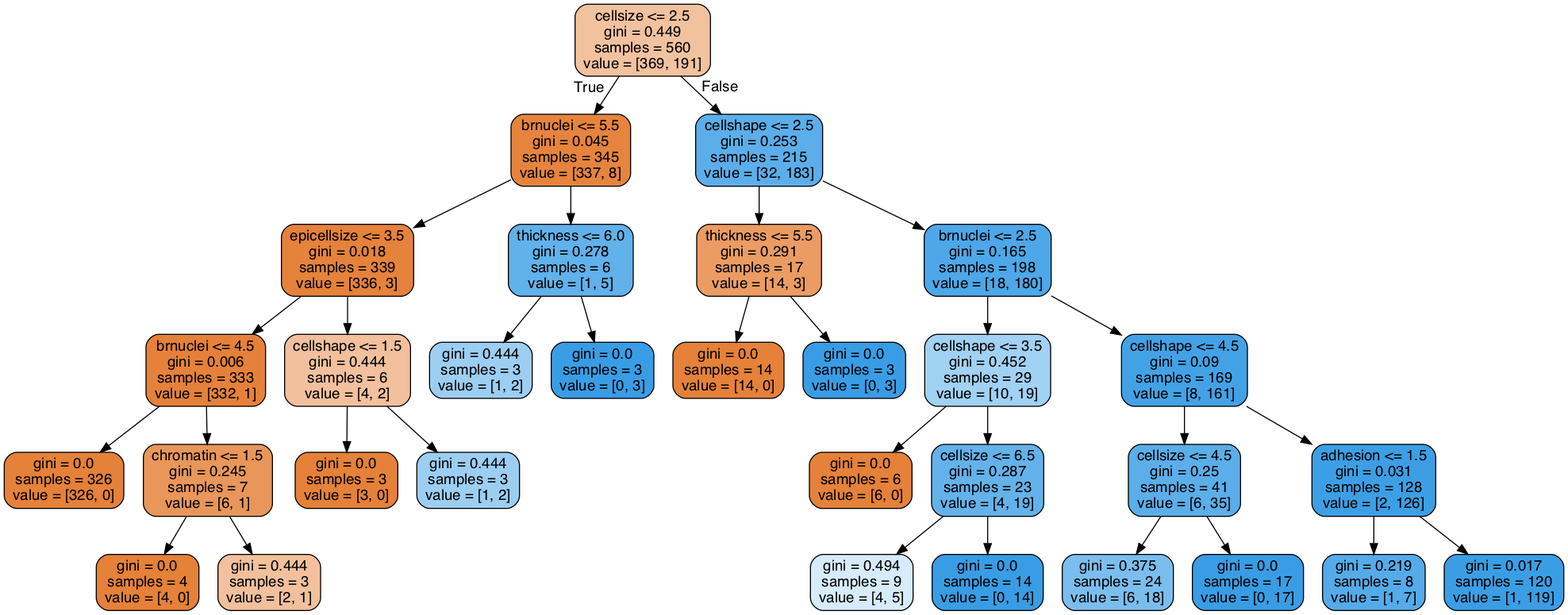
Above: DS_ml_techniques_3/bc_gini.png in ryanarbow/uw_data_science (Graphviz), before the change. Its source is kept beside it as DS_ml_techniques_3/bc_gini.dot.
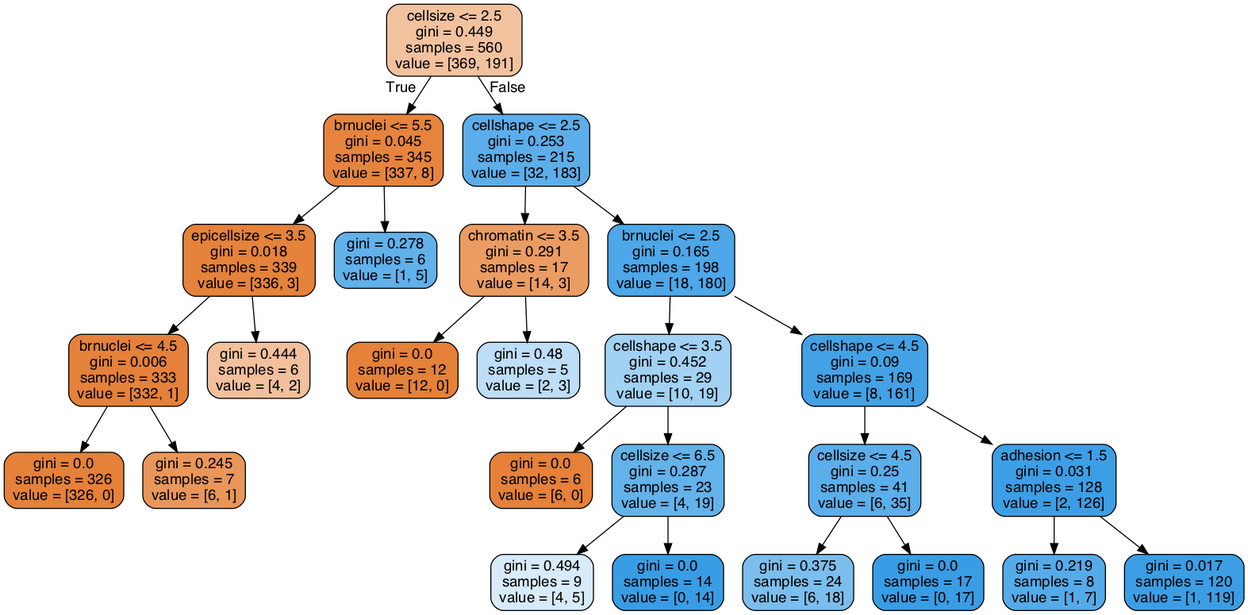
Above is the later version.

What changed in the source:
```diff
@@ -8,58 +8,46 @@
 1 -> 5 ;
 15 [label="brnuclei <= 4.5\ngini = 0.006\nsamples = 333\nvalue = [332, 1]", fillcolor="#e5813a"] ;
 5 -> 15 ;
-25 [label="gini = 0.0\nsamples = 326\nvalue = [326, 0]", fillcolor="#e58139"] ;
-15 -> 25 ;
-26 [label="chromatin <= 1.5\ngini = 0.245\nsamples = 7\nvalue = [6, 1]", fillcolor="#e9965a"] ;
-15 -> 26 ;
-27 [label="gini = 0.0\nsamples = 4\nvalue = [4, 0]", fillcolor="#e58139"] ;
-26 -> 27 ;
-28 [label="gini = 0.444\nsamples = 3\nvalue = [2, 1]", fillcolor="#f2c09c"] ;
-26 -> 28 ;
-16 [label="cellshape <= 1.5\ngini = 0.444\nsamples = 6\nvalue = [4, 2]", fillcolor="#f2c09c"] ;
+21 [label="gini = 0.0\nsamples = 326\nvalue = [326, 0]", fillcolor="#e58139"] ;
+15 -> 21 ;
+22 [label="gini = 0.245\nsamples = 7\nvalue = [6, 1]", fillcolor="#e9965a"] ;
+15 -> 22 ;
+16 [label="gini = 0.444\nsamples = 6\nvalue = [4, 2]", fillcolor="#f2c09c"] ;
 5 -> 16 ;
-17 [label="gini = 0.0\nsamples = 3\nvalue = [3, 0]", fillcolor="#e58139"] ;
-16 -> 17 ;
-18 [label="gini = 0.444\nsamples = 3\nvalue = [1, 2]", fillcolor="#9ccef2"] ;
-16 -> 18 ;
-6 [label="thickness <= 6.0\ngini = 0.278\nsamples = 6\nvalue = [1, 5]", fillcolor="#61b1ea"] ;
+6 [label="gini = 0.278\nsamples = 6\nvalue = [1, 5]", fillcolor="#61b1ea"] ;
 1 -> 6 ;
-23 [label="gini = 0.444\nsamples = 3\nvalue = [1, 2]", fillcolor="#9ccef2"] ;
-6 -> 23 ;
-24 [label="gini = 0.0\nsamples = 3\nvalue = [0, 3]", fillcolor="#399de5"] ;
-6 -> 24 ;
 2 [label="cellshape <= 2.5\ngini = 0.253\nsamples = 215\nvalue = [32, 183]", fillcolor="#5caeea"] ;
 0 -> 2 [labeldistance=2.5, labelangle=-45, headlabel="False"] ;
-3 [label="thickness <= 5.5\ngini = 0.291\nsamples = 17\nvalue = [14, 3]", fillcolor="#eb9c63"] ;
+3 [label="chromatin <= 3.5\ngini = 0.291\nsamples = 17\nvalue = [14, 3]", fillcolor="#eb9c63"] ;
 2 -> 3 ;
-7 [label="gini = 0.0\nsamples = 14\nvalue = [14, 0]", fillcolor="#e58139"] ;
-3 -> 7 ;
-8 [label="gini = 0.0\nsamples = 3\nvalue = [0, 3]", fillcolor="#399de5"] ;
-3 -> 8 ;
+11 [label="gini = 0.0\nsamples = 12\nvalue = [12, 0]", fillcolor="#e58139"] ;
+3 -> 11 ;
+12 [label="gini = 0.48\nsamples = 5\nvalue = [2, 3]", fillcolor="#bddef6"] ;
+3 -> 12 ;
 4 [label="brnuclei <= 2.5\ngini = 0.165\nsamples = 198\nvalue = [18, 180]", fillcolor="#4da7e8"] ;
 2 -> 4 ;
-9 [label="cellshape <= 3.5\ngini = 0.452\nsamples = 29\nvalue = [10, 19]", fillcolor="#a1d1f3"] ;
-4 -> 9 ;
-11 [label="gini = 0.0\nsamples = 6\nvalue = [6, 0]", fillcolor="#e58139"] ;
-9 -> 11 ;
-12 [label="cellsize <= 6.5\ngini = 0.287\nsamples = 23\nvalue = [4, 19]", fillcolor="#63b2ea"] ;
-9 -> 12 ;
+7 [label="cellshape <= 3.5\ngini = 0.452\nsamples = 29\nvalue = [10, 19]", fillcolor="#a1d1f3"] ;
+4 -> 7 ;
+9 [label="gini = 0.0\nsamples = 6\nvalue = [6, 0]", fillcolor="#e58139"] ;
+7 -> 9 ;
+10 [label="cellsize <= 6.5\ngini = 0.287\nsamples = 23\nvalue = [4, 19]", fillcolor="#63b2ea"] ;
+7 -> 10 ;
 13 [label="gini = 0.494\nsamples = 9\nvalue = [4, 5]", fillcolor="#d7ebfa"] ;
-12 -> 13 ;
+10 -> 13 ;
 14 [label="gini = 0.0\nsamples = 14\nvalue = [0, 14]", fillcolor="#399de5"] ;
-12 -> 14 ;
-10 [label="cellshape <= 4.5\ngini = 0.09\nsamples = 169\nvalue = [8, 161]", fillcolor="#43a2e6"] ;
-4 -> 10 ;
-19 [label="cellsize <= 4.5\ngini = 0.25\nsamples = 41\nvalue = [6, 35]", fillcolor="#5baee9"] ;
-10 -> 19 ;
-21 [label="gini = 0.375\nsamples = 24\nvalue = [6, 18]", fillcolor="#7bbeee"] ;
-19 -> 21 ;
-22 [label="gini = 0.0\nsamples = 17\nvalue = [0, 17]", fillcolor="#399de5"] ;
-19 -> 22 ;
-20 [label="adhesion <= 1.5\ngini = 0.031\nsamples = 128\nvalue = [2, 126]", fillcolor="#3c9fe5"] ;
-10 -> 20 ;
-29 [label="gini = 0.219\nsamples = 8\nvalue = [1, 7]", fillcolor="#55abe9"] ;
-20 -> 29 ;
-30 [label="gini = 0.017\nsamples = 120\nvalue = [1, 119]", fillcolor="#3b9ee5"] ;
-20 -> 30 ;
+10 -> 14 ;
+8 [label="cellshape <= 4.5\ngini = 0.09\nsamples = 169\nvalue = [8, 161]", fillcolor="#43a2e6"] ;
+4 -> 8 ;
+17 [label="cellsize <= 4.5\ngini = 0.25\nsamples = 41\nvalue = [6, 35]", fillcolor="#5baee9"] ;
+8 -> 17 ;
+19 [label="gini = 0.375\nsamples = 24\nvalue = [6, 18]", fillcolor="#7bbeee"] ;
+17 -> 19 ;
+20 [label="gini = 0.0\nsamples = 17\nvalue = [0, 17]", fillcolor="#399de5"] ;
+17 -> 20 ;
+18 [label="adhesion <= 1.5\ngini = 0.031\nsamples = 128\nvalue = [2, 126]", fillcolor="#3c9fe5"] ;
+8 -> 18 ;
+23 [label="gini = 0.219\nsamples = 8\nvalue = [1, 7]", fillcolor="#55abe9"] ;
+18 -> 23 ;
+24 [label="gini = 0.017\nsamples = 120\nvalue = [1, 119]", fillcolor="#3b9ee5"] ;
+18 -> 24 ;
 }
```
